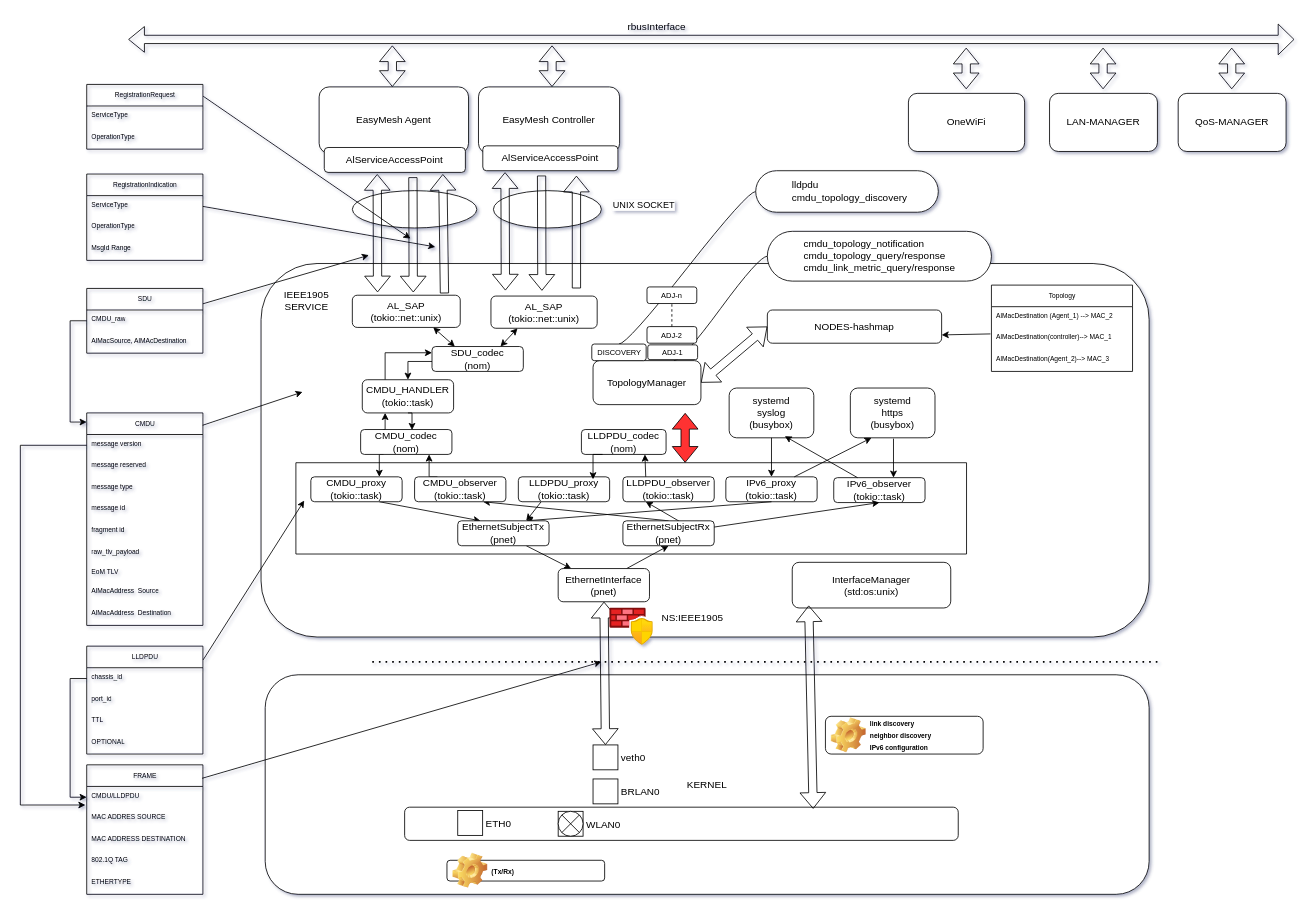
rdkcentral/ieee1905-rs keeps this draw.io diagram as page "1905.1-ARCH" (1 of 3) of docs/architecture/block_diagram/block_diagram.drawio. Above is the earlier version. Source tidied: cells renumbered, new cells numbered last; positions are measured from the earlier drawing's top-left corner, leaving out a move shared by most shapes. Both pictures are drawn from the tidied source at 83%, with x=0, y=0 at pixel (20, 14).
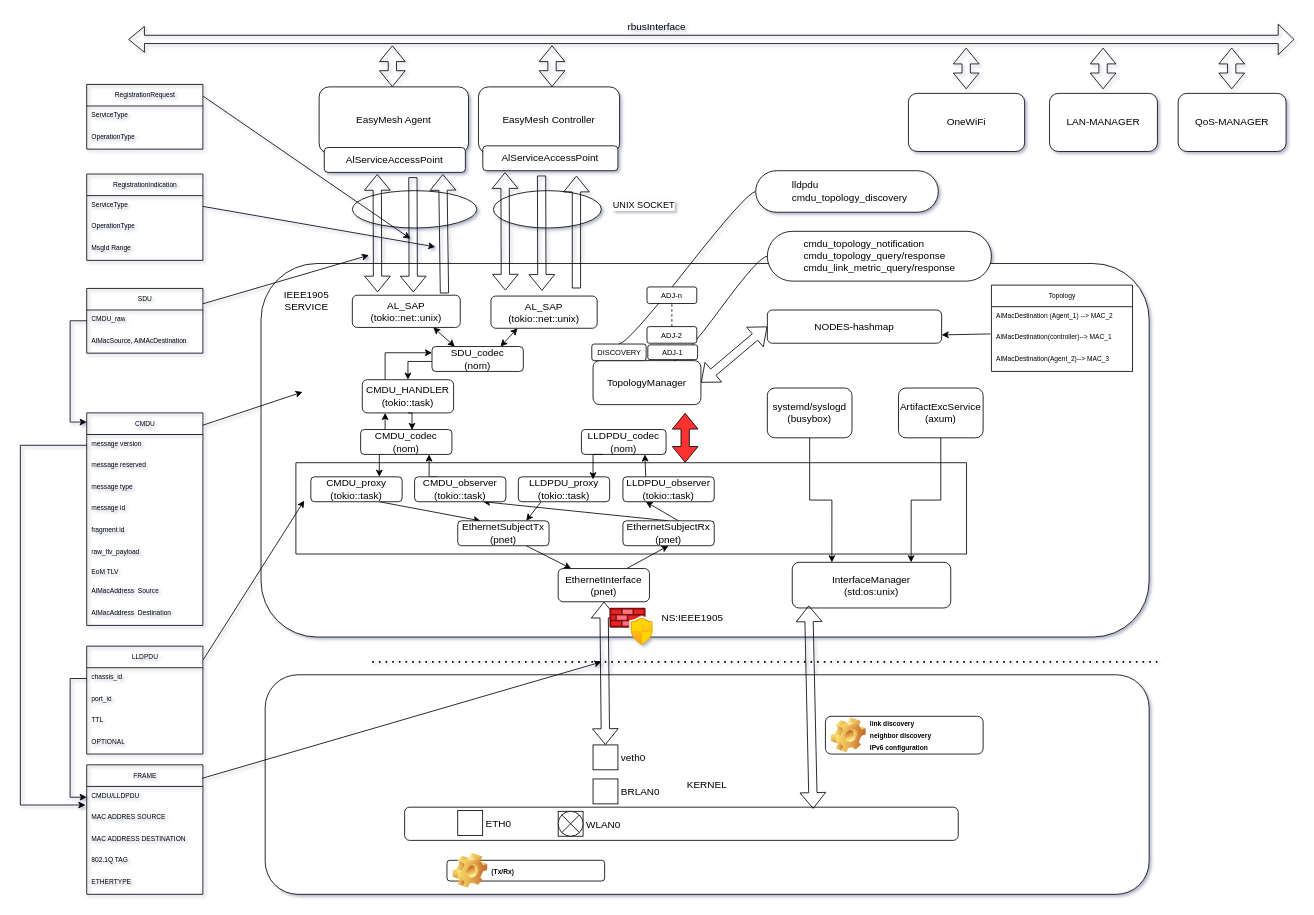
The same page after the edit.

Unchanged cells that the change refers to:
```xml
<mxCell id="108" value="InterfaceManager&lt;br&gt;(std:os:unix)" style="rounded=1;whiteSpace=wrap;html=1;" parent="1" vertex="1">
  <mxGeometry x="930" y="660" width="191" height="55" as="geometry" />
</mxCell>
<mxCell id="119" style="swimlane;startSize=0;" parent="1" vertex="1">
  <mxGeometry x="332" y="540" width="808" height="110" as="geometry" />
</mxCell>
<mxCell id="122" value="EthernetSubjectRx&lt;div&gt;(pnet)&lt;/div&gt;" style="rounded=1;whiteSpace=wrap;html=1;" parent="119" vertex="1">
  <mxGeometry x="394" y="70" width="110" height="30" as="geometry" />
</mxCell>
<mxCell id="129" value="EthernetSubjectTx&lt;div&gt;(pnet)&lt;/div&gt;" style="rounded=1;whiteSpace=wrap;html=1;" parent="1" vertex="1">
  <mxGeometry x="527" y="610" width="110" height="30" as="geometry" />
</mxCell>
```

Change to the diagram source:
```diff
@@
-    <mxCell id="120" value="IPv6_proxy&lt;br&gt;(tokio::task)" style="rounded=1;whiteSpace=wrap;html=1;" parent="119" vertex="1">
-      <mxGeometry x="518" y="17" width="110" height="30" as="geometry" />
-    </mxCell>
-    <mxCell id="121" value="IPv6_observer&lt;br&gt;(tokio::task)" style="rounded=1;whiteSpace=wrap;html=1;" parent="119" vertex="1">
-      <mxGeometry x="648" y="18" width="110" height="30" as="geometry" />
-    </mxCell>
@@
-    <mxCell id="123" style="edgeStyle=none;html=1;entryX=0.5;entryY=1;entryDx=0;entryDy=0;exitX=1;exitY=0.25;exitDx=0;exitDy=0;" parent="119" edge="1" source="122" target="121">
-      <mxGeometry relative="1" as="geometry" />
-    </mxCell>
@@
-    <mxCell id="128" style="edgeStyle=none;html=1;exitX=0.5;exitY=1;exitDx=0;exitDy=0;entryX=0.75;entryY=0;entryDx=0;entryDy=0;" parent="1" edge="1" source="120" target="129">
-      <mxGeometry relative="1" as="geometry" />
-    </mxCell>
@@
-    <mxCell id="130" value="systemd&lt;div&gt;syslog&lt;div&gt;(busybox)&lt;/div&gt;&lt;/div&gt;" style="rounded=1;whiteSpace=wrap;html=1;" parent="1" vertex="1">
-      <mxGeometry x="854" y="450" width="102" height="60" as="geometry" />
+    <mxCell id="130" value="systemd/syslogd&lt;div&gt;&lt;div&gt;(busybox)&lt;/div&gt;&lt;/div&gt;" style="rounded=1;whiteSpace=wrap;html=1;" parent="1" vertex="1">
+      <mxGeometry x="900" y="450" width="102" height="60" as="geometry" />
     </mxCell>
-    <mxCell id="131" value="systemd&lt;div&gt;https&lt;div&gt;(busybox)&lt;/div&gt;&lt;/div&gt;" style="rounded=1;whiteSpace=wrap;html=1;" parent="1" vertex="1">
-      <mxGeometry x="1000" y="450" width="102" height="60" as="geometry" />
+    <mxCell id="131" value="ArtifactExcService&lt;br&gt;&lt;div&gt;(axum)&lt;/div&gt;" style="rounded=1;whiteSpace=wrap;html=1;" parent="1" vertex="1">
+      <mxGeometry x="1058" y="450" width="102" height="60" as="geometry" />
     </mxCell>
-    <mxCell id="132" style="edgeStyle=orthogonalEdgeStyle;rounded=0;jettySize=auto;html=1;entryX=0.5;entryY=0;entryDx=0;entryDy=0;" parent="1" edge="1" source="130" target="120">
+    <mxCell id="132" style="edgeStyle=orthogonalEdgeStyle;rounded=0;jettySize=auto;html=1;entryX=0.25;entryY=0;entryDx=0;entryDy=0;" parent="1" edge="1" source="130" target="108">
       <mxGeometry relative="1" as="geometry" />
     </mxCell>
-    <mxCell id="133" style="edgeStyle=none;html=1;entryX=0.657;entryY=0.967;entryDx=0;entryDy=0;entryPerimeter=0;" parent="1" edge="1" source="121" target="130">
-      <mxGeometry relative="1" as="geometry" />
-    </mxCell>
-    <mxCell id="134" style="edgeStyle=orthogonalEdgeStyle;rounded=0;orthogonalLoop=1;jettySize=auto;html=1;entryX=0.5;entryY=0;entryDx=0;entryDy=0;" parent="1" edge="1">
-      <mxGeometry relative="1" as="geometry">
-        <mxPoint x="1052" y="511" as="sourcePoint" />
-        <mxPoint x="1052" y="558" as="targetPoint" />
-      </mxGeometry>
+    <mxCell id="134" style="edgeStyle=orthogonalEdgeStyle;rounded=0;jettySize=auto;html=1;entryX=0.75;entryY=0;entryDx=0;entryDy=0;exitX=0.5;exitY=1;exitDx=0;exitDy=0;" parent="1" edge="1" source="131" target="108">
+      <mxGeometry relative="1" as="geometry" />
     </mxCell>
-    <mxCell id="135" style="edgeStyle=none;html=1;entryX=0.25;entryY=1;entryDx=0;entryDy=0;exitX=0.75;exitY=0;exitDx=0;exitDy=0;" parent="1" edge="1" source="120" target="131">
-      <mxGeometry relative="1" as="geometry" />
-    </mxCell>
```
